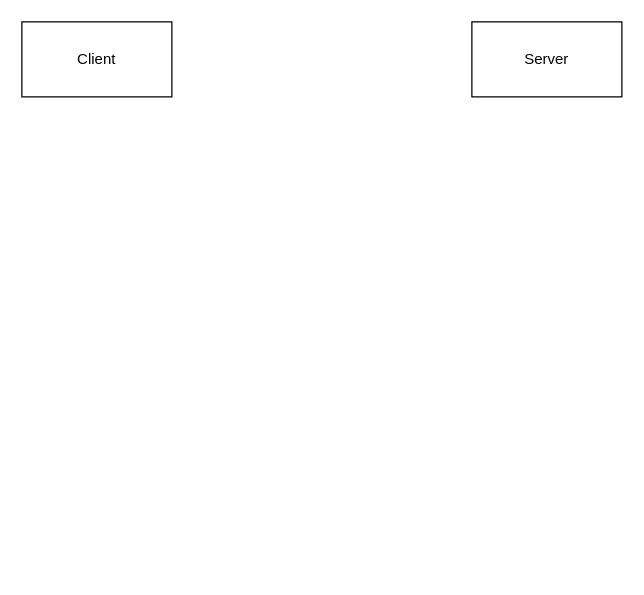
The draw.io diagram SSL/TLS_handshake_with_Certificate.drawio in seongkah/draw.io, before the edit. Source tidied: cells renumbered, new cells numbered last; positions are measured from the earlier drawing's top-left corner, leaving out a move shared by most shapes. Both pictures are drawn from the tidied source at 125%, with x=0, y=0 at pixel (21, 21).
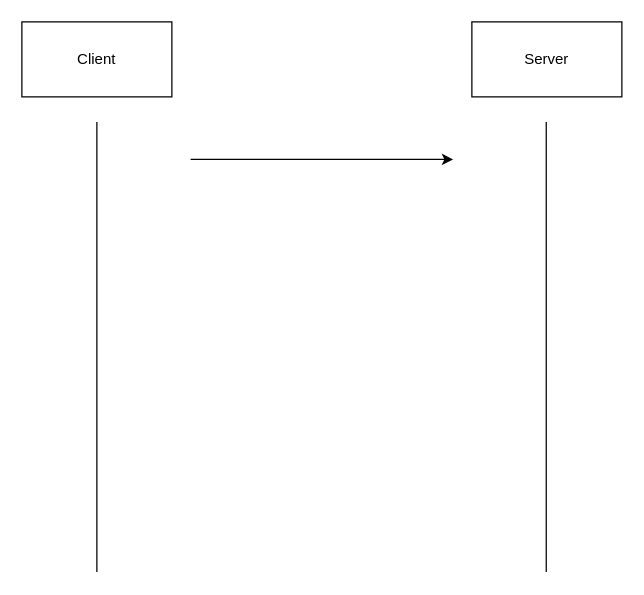
After the change.

Change to the diagram source:
```diff
@@
 <mxGraphModel>
   <root>
     <mxCell id="0" />
     <mxCell id="1" parent="0" />
     <mxCell id="2" value="Client" style="rounded=0;whiteSpace=wrap;html=1;" parent="1" vertex="1">
       <mxGeometry width="120" height="60" as="geometry" />
     </mxCell>
     <mxCell id="3" value="Server" style="rounded=0;whiteSpace=wrap;html=1;" parent="1" vertex="1">
       <mxGeometry x="360" width="120" height="60" as="geometry" />
     </mxCell>
+    <mxCell id="4" style="endArrow=classic;html=1;rounded=0;" parent="1" edge="1">
+      <mxGeometry relative="1" as="geometry">
+        <mxPoint x="135" y="110" as="sourcePoint" />
+        <mxPoint x="345" y="110" as="targetPoint" />
+      </mxGeometry>
+    </mxCell>
+    <mxCell id="5" style="endArrow=none;html=1;rounded=0;" parent="1" edge="1">
+      <mxGeometry relative="1" as="geometry">
+        <mxPoint x="60" y="440" as="sourcePoint" />
+        <mxPoint x="60" y="80" as="targetPoint" />
+      </mxGeometry>
+    </mxCell>
+    <mxCell id="6" style="endArrow=none;html=1;rounded=0;" parent="1" edge="1">
+      <mxGeometry relative="1" as="geometry">
+        <mxPoint x="419.5" y="440" as="sourcePoint" />
+        <mxPoint x="419.5" y="80" as="targetPoint" />
+      </mxGeometry>
+    </mxCell>
   </root>
 </mxGraphModel>
```
